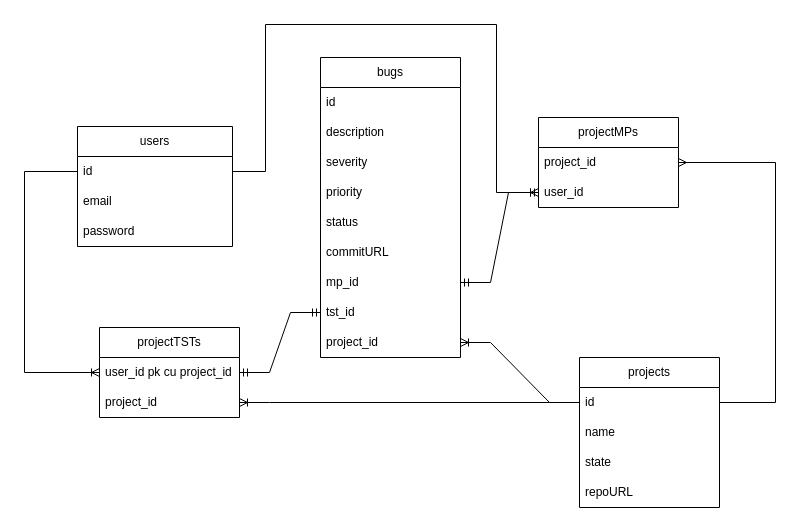
Earlier version of the draw.io diagram dbDiagram.drawio (biancapicleanu/Proiect-Web-Tech). Source tidied: cells renumbered, new cells numbered last; positions are measured from the earlier drawing's top-left corner, leaving out a move shared by most shapes. Both pictures are drawn from the tidied source at 100%, with x=0, y=0 at pixel (24, 24).
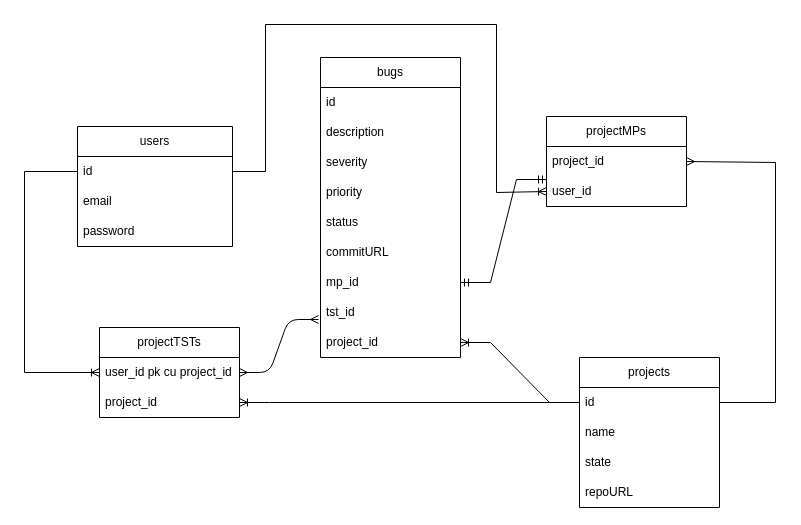
The same page after the edit.

Unchanged cells that the change refers to:
```xml
<mxCell id="13" value="user_id" style="text;strokeColor=none;fillColor=none;align=left;verticalAlign=middle;spacingLeft=4;spacingRight=4;overflow=hidden;points=[[0,0.5],[1,0.5]];portConstraint=eastwest;whiteSpace=wrap;html=1;" parent="11" vertex="1">
  <mxGeometry y="60" width="140" height="30" as="geometry" />
</mxCell>
<mxCell id="21" value="mp_id" style="text;strokeColor=none;fillColor=none;align=left;verticalAlign=middle;spacingLeft=4;spacingRight=4;overflow=hidden;points=[[0,0.5],[1,0.5]];portConstraint=eastwest;whiteSpace=wrap;html=1;" parent="14" vertex="1">
  <mxGeometry y="210" width="140" height="30" as="geometry" />
</mxCell>
<mxCell id="22" value="tst_id" style="text;strokeColor=none;fillColor=none;align=left;verticalAlign=middle;spacingLeft=4;spacingRight=4;overflow=hidden;points=[[0,0.5],[1,0.5]];portConstraint=eastwest;whiteSpace=wrap;html=1;" parent="14" vertex="1">
  <mxGeometry y="240" width="140" height="30" as="geometry" />
</mxCell>
<mxCell id="25" value="user_id pk cu project_id" style="text;strokeColor=none;fillColor=none;align=left;verticalAlign=middle;spacingLeft=4;spacingRight=4;overflow=hidden;points=[[0,0.5],[1,0.5]];portConstraint=eastwest;whiteSpace=wrap;html=1;" parent="24" vertex="1">
  <mxGeometry y="30" width="140" height="30" as="geometry" />
</mxCell>
```

Diff of the diagram source:
```diff
@@
     <mxCell id="11" value="projectMPs" style="swimlane;fontStyle=0;horizontal=1;startSize=30;whiteSpace=wrap;html=1;" parent="1" vertex="1">
-      <mxGeometry x="514" y="93" width="140" height="90" as="geometry" />
+      <mxGeometry x="522" y="92" width="140" height="90" as="geometry" />
     </mxCell>
@@
-    <mxCell id="28" style="edgeStyle=entityRelationEdgeStyle;fontSize=12;html=1;endArrow=ERmandOne;startArrow=ERmandOne;rounded=0;exitX=0;exitY=0.5;exitDx=0;exitDy=0;" parent="1" edge="1" source="13" target="21">
+    <mxCell id="28" style="edgeStyle=entityRelationEdgeStyle;fontSize=12;html=1;endArrow=ERmandOne;startArrow=ERmandOne;rounded=0;exitX=0;exitY=0.1;exitDx=0;exitDy=0;exitPerimeter=0;" parent="1" edge="1" source="13" target="21">
       <mxGeometry relative="1" as="geometry">
         <Array as="points">
           <mxPoint x="506" y="182" />
         </Array>
       </mxGeometry>
     </mxCell>
-    <mxCell id="29" style="edgeStyle=entityRelationEdgeStyle;fontSize=12;html=1;endArrow=ERmandOne;startArrow=ERmandOne;rounded=0;entryX=0;entryY=0.5;entryDx=0;entryDy=0;exitX=1;exitY=0.5;exitDx=0;exitDy=0;" parent="1" edge="1" source="25" target="22">
-      <mxGeometry relative="1" as="geometry">
-        <Array as="points">
-          <mxPoint x="283" y="311" />
-          <mxPoint x="220" y="399" />
-          <mxPoint x="289" y="313" />
-          <mxPoint x="207" y="352" />
-          <mxPoint x="171" y="283" />
-          <mxPoint x="243" y="347" />
-        </Array>
-      </mxGeometry>
-    </mxCell>
@@
+    <mxCell id="29" style="edgeStyle=entityRelationEdgeStyle;fontSize=12;html=1;endArrow=ERmany;startArrow=ERmany;entryX=-0.014;entryY=0.733;entryDx=0;entryDy=0;entryPerimeter=0;exitX=1;exitY=0.5;exitDx=0;exitDy=0;" parent="1" edge="1" source="25" target="22">
+      <mxGeometry relative="1" as="geometry" />
+    </mxCell>
```
